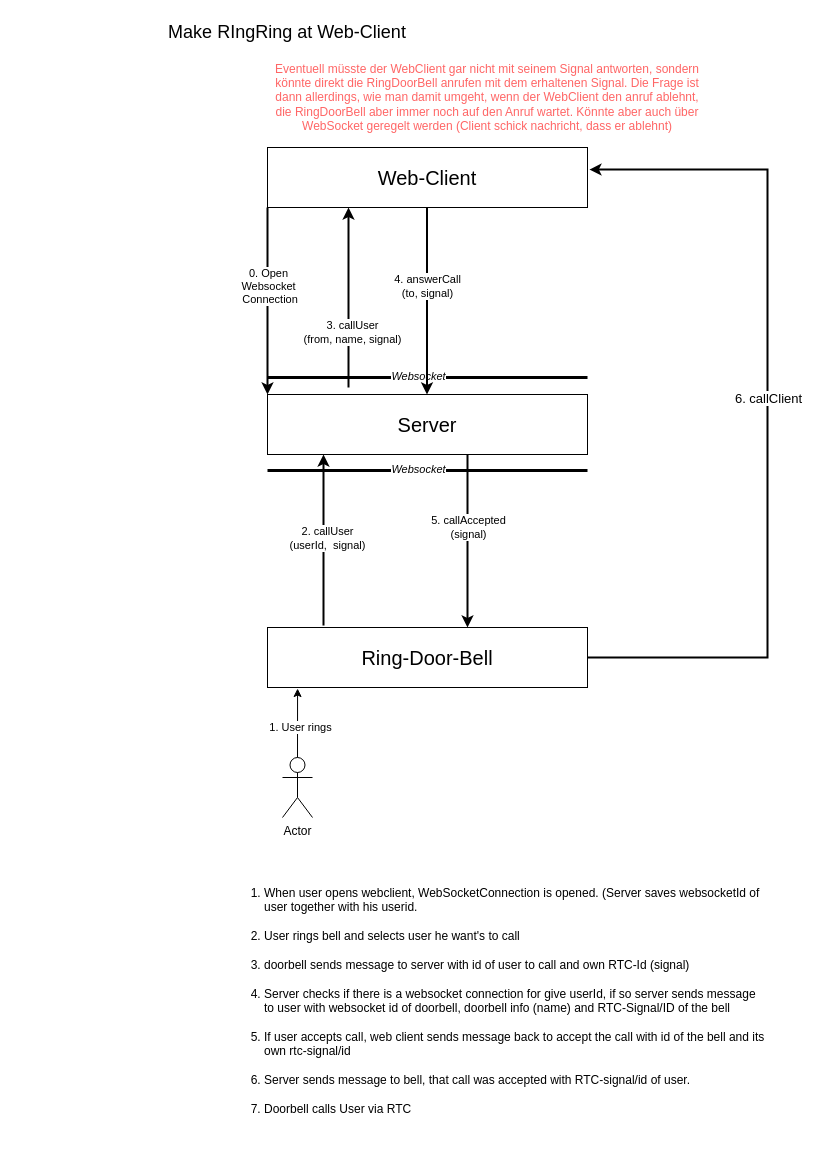
tillgo/ring-doorbell keeps this draw.io diagram as doku/api/RTC-Connection.drawio. Above is the earlier version. Source tidied: cells renumbered, new cells numbered last; positions are measured from the earlier drawing's top-left corner, leaving out a move shared by most shapes. Both pictures are drawn from the tidied source at 100%, with x=0, y=0 at pixel (17, 17).
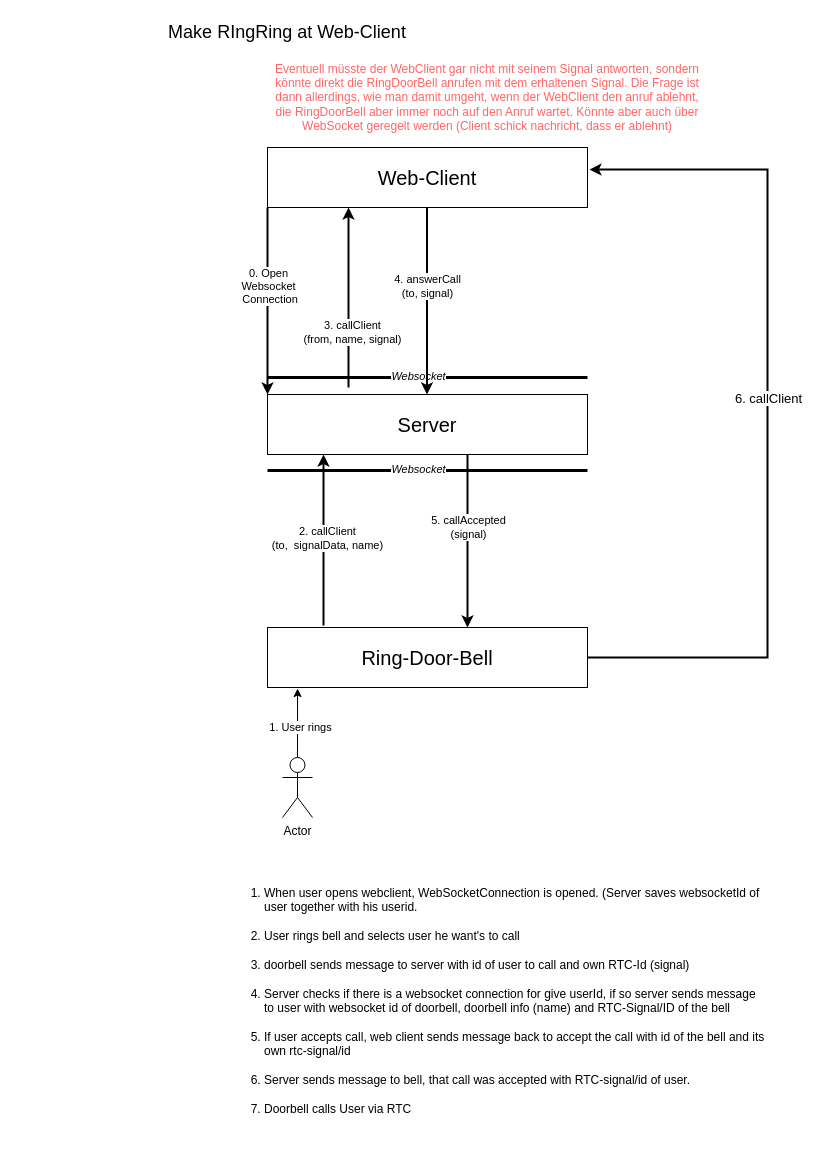
The same diagram, later.

Unchanged cells that the change refers to:
```xml
<mxCell id="11" style="endArrow=classic;html=1;rounded=0;exitX=0.175;exitY=-0.033;exitDx=0;exitDy=0;exitPerimeter=0;entryX=0.175;entryY=1;entryDx=0;entryDy=0;entryPerimeter=0;strokeWidth=2;" parent="1" edge="1" source="4" target="2">
  <mxGeometry relative="1" as="geometry" />
</mxCell>
<mxCell id="15" style="endArrow=classic;html=1;rounded=0;entryX=0.175;entryY=1;entryDx=0;entryDy=0;entryPerimeter=0;strokeWidth=2;" parent="1" edge="1">
  <mxGeometry relative="1" as="geometry">
    <mxPoint x="331" y="370" as="sourcePoint" />
    <mxPoint x="331" y="190" as="targetPoint" />
    <Array as="points">
      <mxPoint x="331" y="320" />
    </Array>
  </mxGeometry>
</mxCell>
```

What changed in the source:
```diff
@@
-    <mxCell id="12" value="&lt;div&gt;2. callUser&lt;/div&gt;&lt;div&gt;(userId,&amp;nbsp; signal)&lt;br&gt;&lt;/div&gt;" style="edgeLabel;html=1;align=center;verticalAlign=middle;" parent="11" vertex="1">
+    <mxCell id="12" value="&lt;div&gt;2. callClient&lt;/div&gt;&lt;div&gt;(to,&amp;nbsp; signalData, name)&lt;br&gt;&lt;/div&gt;" style="edgeLabel;html=1;align=center;verticalAlign=middle;" parent="11" vertex="1">
       <mxGeometry x="0.04" y="-3" relative="1" as="geometry">
         <mxPoint y="1" as="offset" />
       </mxGeometry>
     </mxCell>
@@
-    <mxCell id="16" value="&lt;div&gt;3. callUser&lt;/div&gt;&lt;div&gt;(from, name, signal)&lt;br&gt;&lt;/div&gt;" style="edgeLabel;html=1;align=center;verticalAlign=middle;" parent="15" vertex="1">
+    <mxCell id="16" value="&lt;div&gt;3. callClient&lt;/div&gt;&lt;div&gt;(from, name, signal)&lt;br&gt;&lt;/div&gt;" style="edgeLabel;html=1;align=center;verticalAlign=middle;" parent="15" vertex="1">
       <mxGeometry x="0.04" y="-3" relative="1" as="geometry">
         <mxPoint y="38" as="offset" />
       </mxGeometry>
     </mxCell>
```
